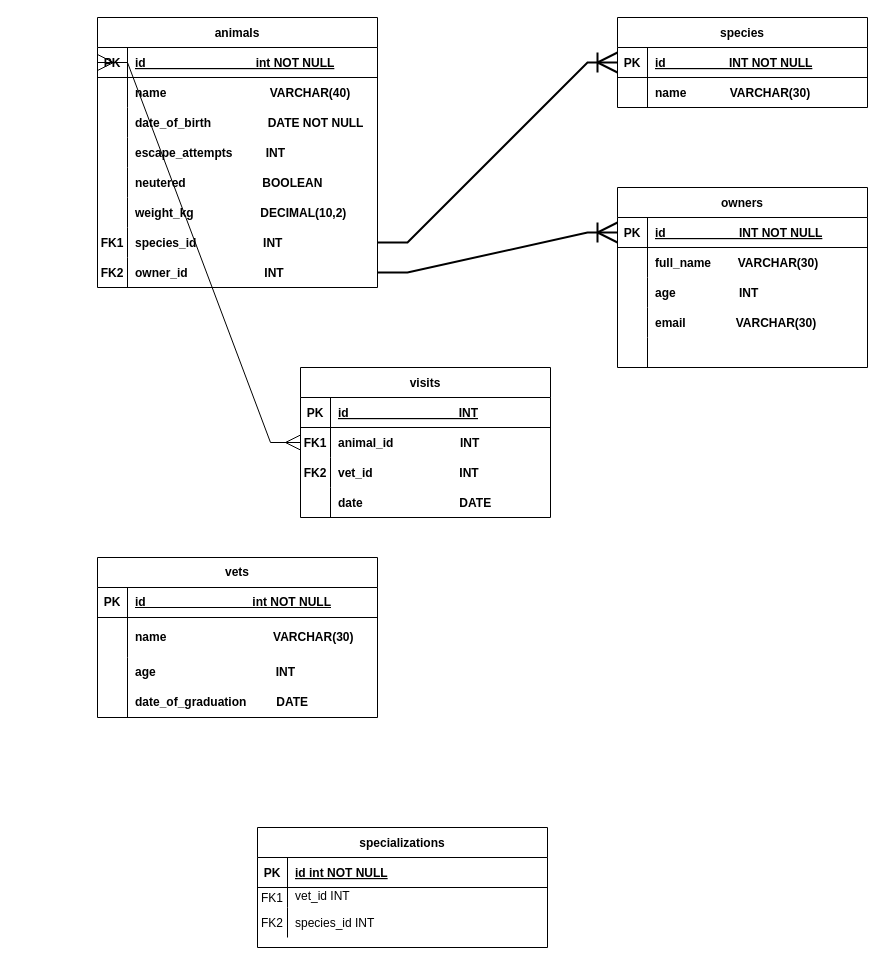
Earlier version of the draw.io diagram Untitled Diagram.drawio (mpa-mxiang/vet-clinic). Source tidied: cells renumbered, new cells numbered last; positions are measured from the earlier drawing's top-left corner, leaving out a move shared by most shapes. Both pictures are drawn from the tidied source at 100%, with x=0, y=0 at pixel (47, 17).
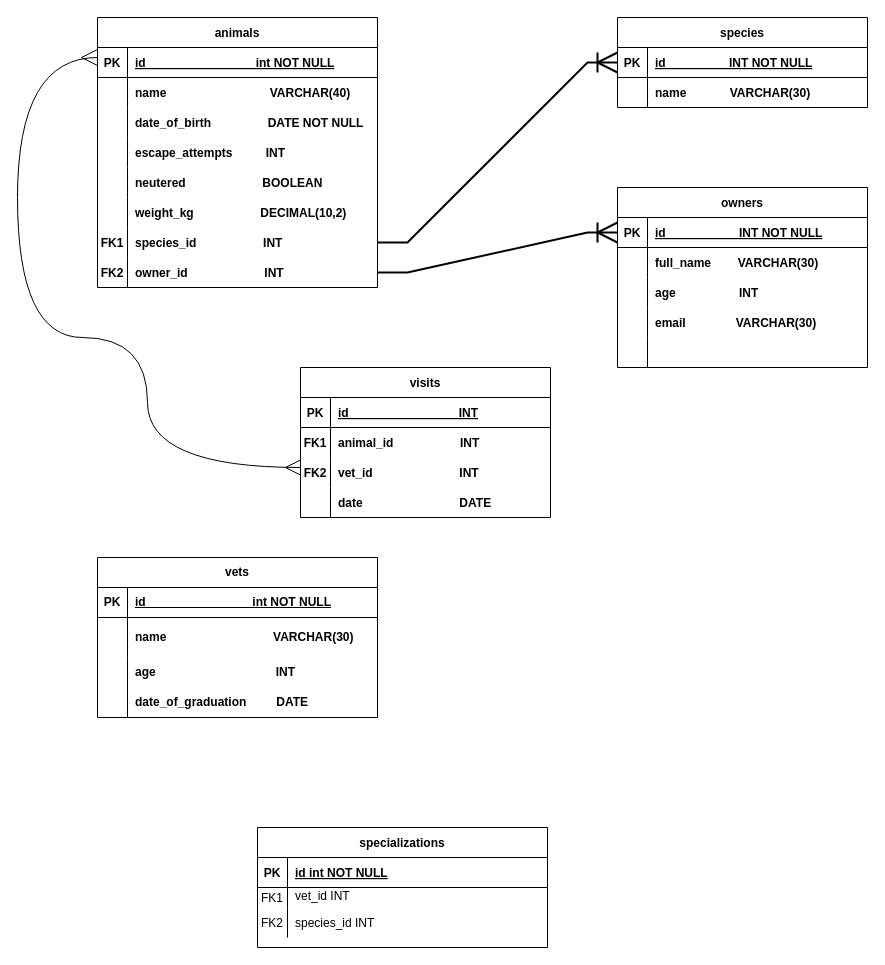
The same diagram, later.

Commit message:
Update amnimals to visit

The change refers to these unchanged cells:
```xml
<mxCell id="26" style="shape=partialRectangle;fillColor=none;points=[[0,0.5],[1,0.5]];portConstraint=eastwest;top=0;left=0;right=0;bottom=1;" parent="25" vertex="1">
  <mxGeometry y="30" width="280" height="30" as="geometry" />
</mxCell>
<mxCell id="64" style="shape=partialRectangle;fillColor=none;points=[[0,0.5],[1,0.5]];portConstraint=eastwest;top=0;left=0;right=0;bottom=0;" parent="60" vertex="1">
  <mxGeometry y="60" width="250" height="30" as="geometry" />
</mxCell>
```

The edit, as a diff of the source:
```diff
@@
-    <mxCell id="89" style="edgeStyle=entityRelationEdgeStyle;fontSize=12;html=1;endArrow=ERmany;startArrow=ERmany;rounded=0;entryX=0;entryY=0.5;entryDx=0;entryDy=0;exitX=0;exitY=0.5;exitDx=0;exitDy=0;endSize=14;startSize=13;" parent="1" edge="1" source="64" target="26">
+    <mxCell id="89" style="edgeStyle=orthogonalEdgeStyle;fontSize=12;html=1;endArrow=ERmany;startArrow=ERmany;rounded=0;endSize=14;startSize=13;exitX=0;exitY=0.5;exitDx=0;exitDy=0;entryX=0;entryY=0.5;entryDx=0;entryDy=0;curved=1;" parent="1" edge="1">
       <mxGeometry relative="1" as="geometry">
+        <mxPoint x="253" y="450" as="sourcePoint" />
+        <mxPoint x="50" y="40" as="targetPoint" />
         <Array as="points">
-          <mxPoint y="340" />
-          <mxPoint x="10" y="280" />
+          <mxPoint x="100" y="450" />
+          <mxPoint x="100" y="320" />
+          <mxPoint x="-30" y="320" />
+          <mxPoint x="-30" y="40" />
         </Array>
       </mxGeometry>
     </mxCell>
```
